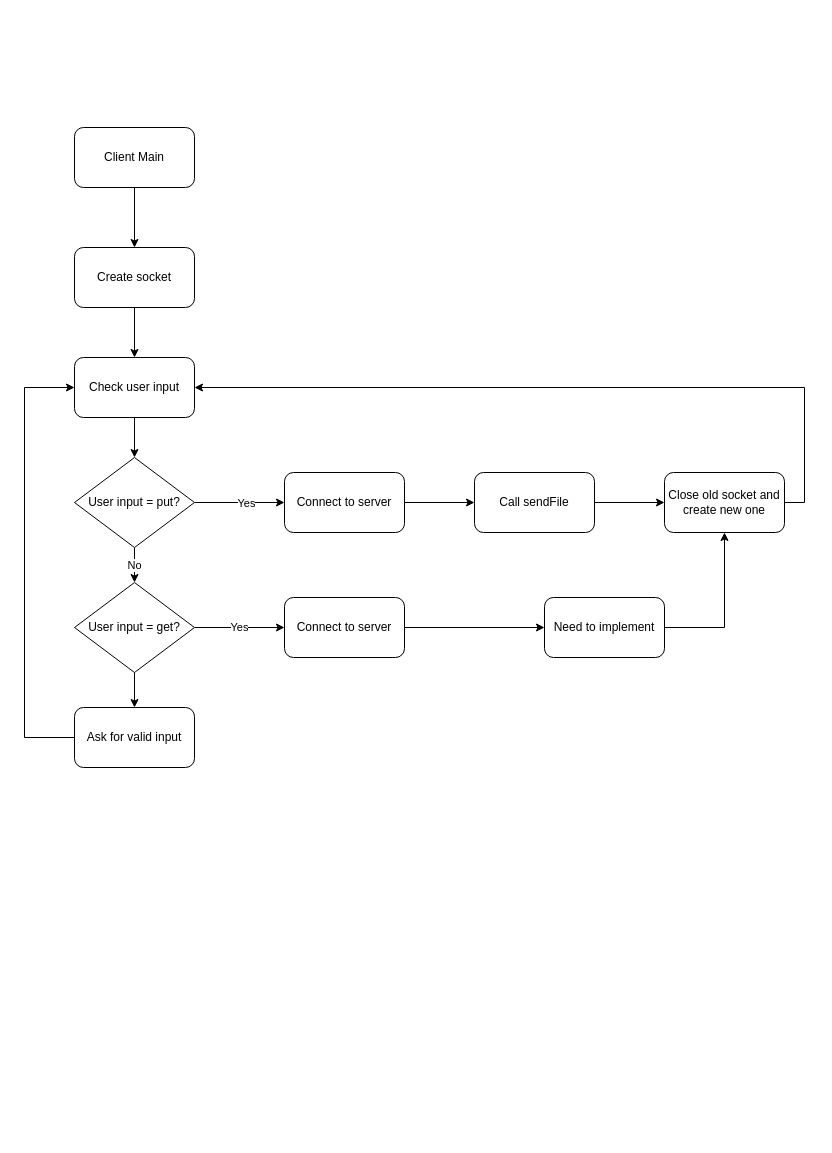
Joedahms/ECE463-Project keeps this draw.io diagram as C_Version/Flowcharts/client-main.drawio. Above is the earlier version. Source tidied: cells renumbered, new cells numbered last; positions are measured from the earlier drawing's top-left corner, leaving out a move shared by most shapes. Both pictures are drawn from the tidied source at 100%, with x=0, y=0 at pixel (24, 127).
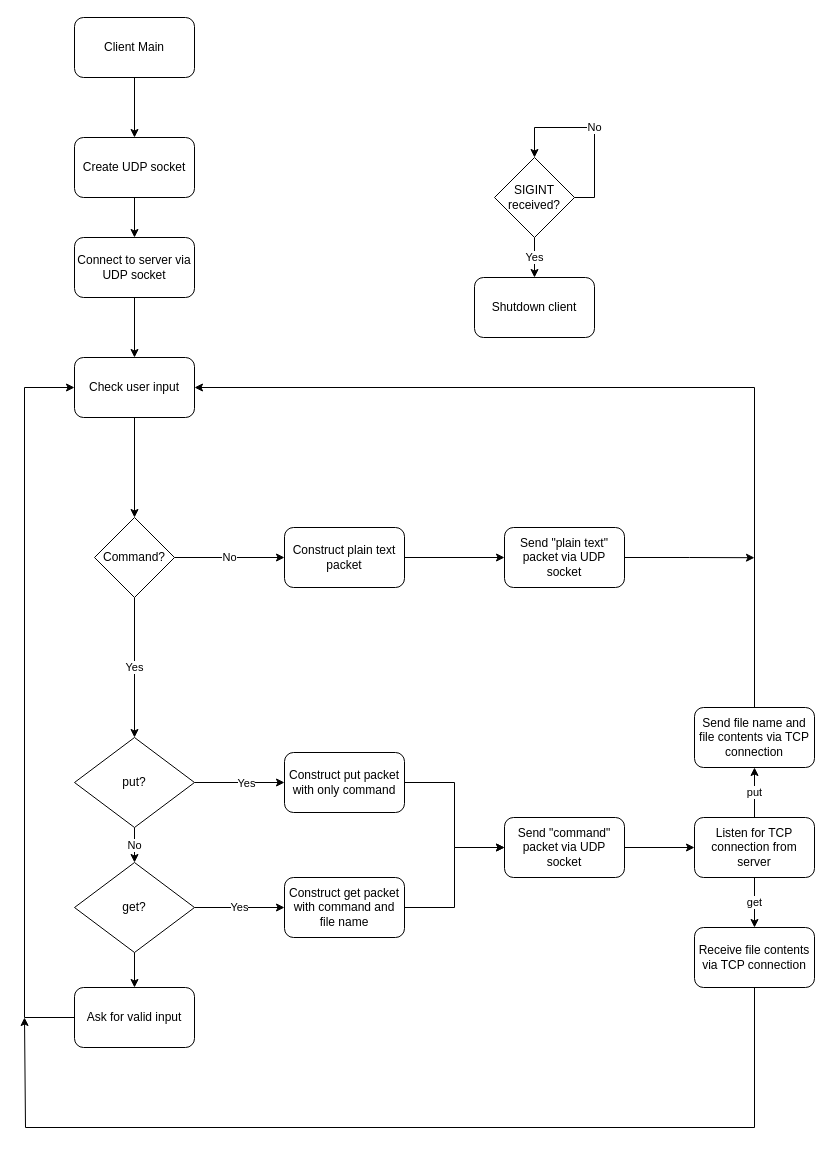
The same page after the edit.

Commit message (it also covers changes not shown here):
updated client diagram

The change refers to these unchanged cells:
```xml
<mxCell id="7" value="Check user input" style="rounded=1;whiteSpace=wrap;html=1;" parent="1" vertex="1">
  <mxGeometry x="50" y="230" width="120" height="60" as="geometry" />
</mxCell>
```

The edit, as a diff of the source:
```diff
@@
     <mxCell id="3" value="Client Main" style="rounded=1;whiteSpace=wrap;html=1;" parent="1" vertex="1">
-      <mxGeometry x="50" width="120" height="60" as="geometry" />
+      <mxGeometry x="50" y="-110" width="120" height="60" as="geometry" />
     </mxCell>
-    <mxCell id="4" style="edgeStyle=orthogonalEdgeStyle;rounded=0;jettySize=auto;html=1;exitX=0.5;exitY=1;exitDx=0;exitDy=0;entryX=0.5;entryY=0;entryDx=0;entryDy=0;" parent="1" edge="1" source="5" target="7">
-      <mxGeometry relative="1" as="geometry" />
-    </mxCell>
+    <mxCell id="27" style="edgeStyle=orthogonalEdgeStyle;rounded=0;jettySize=auto;html=1;exitX=0.5;exitY=1;exitDx=0;exitDy=0;entryX=0.5;entryY=0;entryDx=0;entryDy=0;" parent="1" edge="1" source="5" target="33">
+      <mxGeometry relative="1" as="geometry" />
+    </mxCell>
-    <mxCell id="5" value="Create socket" style="rounded=1;whiteSpace=wrap;html=1;" parent="1" vertex="1">
-      <mxGeometry x="50" y="120" width="120" height="60" as="geometry" />
+    <mxCell id="5" value="Create UDP socket" style="rounded=1;whiteSpace=wrap;html=1;" parent="1" vertex="1">
+      <mxGeometry x="50" y="10" width="120" height="60" as="geometry" />
     </mxCell>
-    <mxCell id="6" style="edgeStyle=orthogonalEdgeStyle;rounded=0;jettySize=auto;html=1;exitX=0.5;exitY=1;exitDx=0;exitDy=0;entryX=0.5;entryY=0;entryDx=0;entryDy=0;" parent="1" edge="1" source="7" target="11">
-      <mxGeometry relative="1" as="geometry" />
-    </mxCell>
+    <mxCell id="28" style="edgeStyle=orthogonalEdgeStyle;rounded=0;jettySize=auto;html=1;exitX=0.5;exitY=1;exitDx=0;exitDy=0;entryX=0.5;entryY=0;entryDx=0;entryDy=0;" parent="1" edge="1" source="7" target="31">
+      <mxGeometry relative="1" as="geometry" />
+    </mxCell>
@@
-    <mxCell id="8" style="edgeStyle=orthogonalEdgeStyle;rounded=0;jettySize=auto;html=1;exitX=1;exitY=0.5;exitDx=0;exitDy=0;entryX=0;entryY=0.5;entryDx=0;entryDy=0;" parent="1" edge="1" source="11" target="16">
+    <mxCell id="8" style="edgeStyle=orthogonalEdgeStyle;rounded=0;jettySize=auto;html=1;exitX=1;exitY=0.5;exitDx=0;exitDy=0;entryX=0;entryY=0.5;entryDx=0;entryDy=0;" parent="1" edge="1" source="11" target="35">
       <mxGeometry relative="1" as="geometry" />
     </mxCell>
@@
-    <mxCell id="11" value="User input = put?" style="rhombus;whiteSpace=wrap;html=1;" parent="1" vertex="1">
-      <mxGeometry x="50" y="330" width="120" height="90" as="geometry" />
+    <mxCell id="11" value="put?" style="rhombus;whiteSpace=wrap;html=1;" parent="1" vertex="1">
+      <mxGeometry x="50" y="610" width="120" height="90" as="geometry" />
     </mxCell>
-    <mxCell id="12" value="Yes" style="edgeStyle=orthogonalEdgeStyle;rounded=0;jettySize=auto;html=1;exitX=1;exitY=0.5;exitDx=0;exitDy=0;entryX=0;entryY=0.5;entryDx=0;entryDy=0;" parent="1" edge="1" source="14" target="18">
+    <mxCell id="12" value="Yes" style="edgeStyle=orthogonalEdgeStyle;rounded=0;jettySize=auto;html=1;exitX=1;exitY=0.5;exitDx=0;exitDy=0;entryX=0;entryY=0.5;entryDx=0;entryDy=0;" parent="1" edge="1" source="14" target="37">
       <mxGeometry relative="1" as="geometry" />
     </mxCell>
@@
-    <mxCell id="14" value="User input = get?" style="rhombus;whiteSpace=wrap;html=1;" parent="1" vertex="1">
-      <mxGeometry x="50" y="455" width="120" height="90" as="geometry" />
+    <mxCell id="14" value="get?" style="rhombus;whiteSpace=wrap;html=1;" parent="1" vertex="1">
+      <mxGeometry x="50" y="735" width="120" height="90" as="geometry" />
     </mxCell>
-    <mxCell id="15" style="edgeStyle=orthogonalEdgeStyle;rounded=0;jettySize=auto;html=1;exitX=1;exitY=0.5;exitDx=0;exitDy=0;entryX=0;entryY=0.5;entryDx=0;entryDy=0;" parent="1" edge="1" source="16" target="22">
-      <mxGeometry relative="1" as="geometry" />
-    </mxCell>
-    <mxCell id="16" value="Connect to server" style="rounded=1;whiteSpace=wrap;html=1;" parent="1" vertex="1">
-      <mxGeometry x="260" y="345" width="120" height="60" as="geometry" />
-    </mxCell>
-    <mxCell id="17" style="edgeStyle=orthogonalEdgeStyle;rounded=0;jettySize=auto;html=1;exitX=1;exitY=0.5;exitDx=0;exitDy=0;entryX=0;entryY=0.5;entryDx=0;entryDy=0;" parent="1" edge="1" source="18" target="26">
-      <mxGeometry relative="1" as="geometry" />
-    </mxCell>
-    <mxCell id="18" value="Connect to server" style="rounded=1;whiteSpace=wrap;html=1;" parent="1" vertex="1">
-      <mxGeometry x="260" y="470" width="120" height="60" as="geometry" />
-    </mxCell>
     <mxCell id="19" style="edgeStyle=orthogonalEdgeStyle;rounded=0;jettySize=auto;html=1;exitX=0;exitY=0.5;exitDx=0;exitDy=0;entryX=0;entryY=0.5;entryDx=0;entryDy=0;" parent="1" edge="1" source="20" target="7">
       <mxGeometry relative="1" as="geometry">
         <Array as="points">
-          <mxPoint y="610" />
+          <mxPoint y="890" />
           <mxPoint y="260" />
         </Array>
       </mxGeometry>
     </mxCell>
     <mxCell id="20" value="Ask for valid input" style="rounded=1;whiteSpace=wrap;html=1;" parent="1" vertex="1">
-      <mxGeometry x="50" y="580" width="120" height="60" as="geometry" />
+      <mxGeometry x="50" y="860" width="120" height="60" as="geometry" />
     </mxCell>
-    <mxCell id="21" style="edgeStyle=orthogonalEdgeStyle;rounded=0;jettySize=auto;html=1;exitX=1;exitY=0.5;exitDx=0;exitDy=0;entryX=0;entryY=0.5;entryDx=0;entryDy=0;" parent="1" edge="1" source="22" target="24">
-      <mxGeometry relative="1" as="geometry" />
-    </mxCell>
-    <mxCell id="22" value="&lt;div&gt;Call sendFile&lt;br&gt;&lt;/div&gt;" style="rounded=1;whiteSpace=wrap;html=1;" parent="1" vertex="1">
-      <mxGeometry x="450" y="345" width="120" height="60" as="geometry" />
-    </mxCell>
-    <mxCell id="23" style="edgeStyle=orthogonalEdgeStyle;rounded=0;jettySize=auto;html=1;exitX=1;exitY=0.5;exitDx=0;exitDy=0;entryX=1;entryY=0.5;entryDx=0;entryDy=0;" parent="1" edge="1" source="24" target="7">
-      <mxGeometry relative="1" as="geometry" />
-    </mxCell>
-    <mxCell id="24" value="Close old socket and create new one" style="rounded=1;whiteSpace=wrap;html=1;" parent="1" vertex="1">
-      <mxGeometry x="640" y="345" width="120" height="60" as="geometry" />
-    </mxCell>
-    <mxCell id="25" style="edgeStyle=orthogonalEdgeStyle;rounded=0;jettySize=auto;html=1;exitX=1;exitY=0.5;exitDx=0;exitDy=0;entryX=0.5;entryY=1;entryDx=0;entryDy=0;" parent="1" edge="1" source="26" target="24">
-      <mxGeometry relative="1" as="geometry" />
-    </mxCell>
-    <mxCell id="26" value="Need to implement" style="rounded=1;whiteSpace=wrap;html=1;" parent="1" vertex="1">
-      <mxGeometry x="520" y="470" width="120" height="60" as="geometry" />
-    </mxCell>
+    <mxCell id="29" value="Yes" style="edgeStyle=orthogonalEdgeStyle;rounded=0;jettySize=auto;html=1;exitX=0.5;exitY=1;exitDx=0;exitDy=0;entryX=0.5;entryY=0;entryDx=0;entryDy=0;" parent="1" edge="1" source="31" target="11">
+      <mxGeometry relative="1" as="geometry" />
+    </mxCell>
+    <mxCell id="30" value="No" style="edgeStyle=orthogonalEdgeStyle;rounded=0;jettySize=auto;html=1;exitX=1;exitY=0.5;exitDx=0;exitDy=0;entryX=0;entryY=0.5;entryDx=0;entryDy=0;" parent="1" edge="1" source="31" target="48">
+      <mxGeometry relative="1" as="geometry" />
+    </mxCell>
+    <mxCell id="31" value="Command?" style="rhombus;whiteSpace=wrap;html=1;" parent="1" vertex="1">
+      <mxGeometry x="70" y="390" width="80" height="80" as="geometry" />
+    </mxCell>
+    <mxCell id="32" style="edgeStyle=orthogonalEdgeStyle;rounded=0;jettySize=auto;html=1;exitX=0.5;exitY=1;exitDx=0;exitDy=0;entryX=0.5;entryY=0;entryDx=0;entryDy=0;" parent="1" edge="1" source="33" target="7">
+      <mxGeometry relative="1" as="geometry" />
+    </mxCell>
+    <mxCell id="33" value="Connect to server via UDP socket" style="rounded=1;whiteSpace=wrap;html=1;" parent="1" vertex="1">
+      <mxGeometry x="50" y="110" width="120" height="60" as="geometry" />
+    </mxCell>
+    <mxCell id="34" style="edgeStyle=orthogonalEdgeStyle;rounded=0;jettySize=auto;html=1;exitX=1;exitY=0.5;exitDx=0;exitDy=0;entryX=0;entryY=0.5;entryDx=0;entryDy=0;" parent="1" edge="1" source="35" target="42">
+      <mxGeometry relative="1" as="geometry" />
+    </mxCell>
+    <mxCell id="35" value="Construct put packet with only command" style="rounded=1;whiteSpace=wrap;html=1;" parent="1" vertex="1">
+      <mxGeometry x="260" y="625" width="120" height="60" as="geometry" />
+    </mxCell>
+    <mxCell id="36" style="edgeStyle=orthogonalEdgeStyle;rounded=0;jettySize=auto;html=1;exitX=1;exitY=0.5;exitDx=0;exitDy=0;entryX=0;entryY=0.5;entryDx=0;entryDy=0;" parent="1" edge="1" source="37" target="42">
+      <mxGeometry relative="1" as="geometry" />
+    </mxCell>
+    <mxCell id="37" value="Construct get packet with command and file name" style="rounded=1;whiteSpace=wrap;html=1;" parent="1" vertex="1">
+      <mxGeometry x="260" y="750" width="120" height="60" as="geometry" />
+    </mxCell>
+    <mxCell id="38" value="get" style="edgeStyle=orthogonalEdgeStyle;rounded=0;jettySize=auto;html=1;exitX=0.5;exitY=1;exitDx=0;exitDy=0;entryX=0.5;entryY=0;entryDx=0;entryDy=0;" parent="1" edge="1" source="40" target="46">
+      <mxGeometry relative="1" as="geometry" />
+    </mxCell>
+    <mxCell id="39" value="put" style="edgeStyle=orthogonalEdgeStyle;rounded=0;jettySize=auto;html=1;exitX=0.5;exitY=0;exitDx=0;exitDy=0;entryX=0.5;entryY=1;entryDx=0;entryDy=0;" parent="1" edge="1" source="40" target="44">
+      <mxGeometry relative="1" as="geometry" />
+    </mxCell>
+    <mxCell id="40" value="Listen for TCP connection from server" style="rounded=1;whiteSpace=wrap;html=1;" parent="1" vertex="1">
+      <mxGeometry x="670" y="690" width="120" height="60" as="geometry" />
+    </mxCell>
+    <mxCell id="41" style="edgeStyle=orthogonalEdgeStyle;rounded=0;jettySize=auto;html=1;exitX=1;exitY=0.5;exitDx=0;exitDy=0;entryX=0;entryY=0.5;entryDx=0;entryDy=0;" parent="1" edge="1" source="42" target="40">
+      <mxGeometry relative="1" as="geometry" />
+    </mxCell>
+    <mxCell id="42" value="Send &quot;command&quot; packet via UDP socket" style="rounded=1;whiteSpace=wrap;html=1;" parent="1" vertex="1">
+      <mxGeometry x="480" y="690" width="120" height="60" as="geometry" />
+    </mxCell>
+    <mxCell id="43" style="edgeStyle=orthogonalEdgeStyle;rounded=0;jettySize=auto;html=1;exitX=0.5;exitY=0;exitDx=0;exitDy=0;entryX=1;entryY=0.5;entryDx=0;entryDy=0;" parent="1" edge="1" source="44" target="7">
+      <mxGeometry relative="1" as="geometry" />
+    </mxCell>
+    <mxCell id="44" value="Send file name and file contents via TCP connection" style="rounded=1;whiteSpace=wrap;html=1;" parent="1" vertex="1">
+      <mxGeometry x="670" y="580" width="120" height="60" as="geometry" />
+    </mxCell>
+    <mxCell id="45" style="edgeStyle=orthogonalEdgeStyle;rounded=0;jettySize=auto;html=1;exitX=0.5;exitY=1;exitDx=0;exitDy=0;" parent="1" edge="1" source="46">
+      <mxGeometry relative="1" as="geometry">
+        <mxPoint y="890" as="targetPoint" />
+        <Array as="points">
+          <mxPoint x="730" y="1000" />
+          <mxPoint x="1" y="1000" />
+        </Array>
+      </mxGeometry>
+    </mxCell>
+    <mxCell id="46" value="Receive file contents via TCP connection" style="rounded=1;whiteSpace=wrap;html=1;" parent="1" vertex="1">
+      <mxGeometry x="670" y="800" width="120" height="60" as="geometry" />
+    </mxCell>
+    <mxCell id="47" style="edgeStyle=orthogonalEdgeStyle;rounded=0;jettySize=auto;html=1;exitX=1;exitY=0.5;exitDx=0;exitDy=0;entryX=0;entryY=0.5;entryDx=0;entryDy=0;" parent="1" edge="1" source="48" target="50">
+      <mxGeometry relative="1" as="geometry" />
+    </mxCell>
+    <mxCell id="48" value="Construct plain text packet" style="rounded=1;whiteSpace=wrap;html=1;" parent="1" vertex="1">
+      <mxGeometry x="260" y="400" width="120" height="60" as="geometry" />
+    </mxCell>
+    <mxCell id="49" style="edgeStyle=orthogonalEdgeStyle;rounded=0;jettySize=auto;html=1;exitX=1;exitY=0.5;exitDx=0;exitDy=0;" parent="1" edge="1" source="50">
+      <mxGeometry relative="1" as="geometry">
+        <mxPoint x="730" y="430.2" as="targetPoint" />
+      </mxGeometry>
+    </mxCell>
+    <mxCell id="50" value="Send &quot;plain text&quot; packet via UDP socket" style="rounded=1;whiteSpace=wrap;html=1;" parent="1" vertex="1">
+      <mxGeometry x="480" y="400" width="120" height="60" as="geometry" />
+    </mxCell>
+    <mxCell id="51" value="Yes" style="edgeStyle=orthogonalEdgeStyle;rounded=0;jettySize=auto;html=1;exitX=0.5;exitY=1;exitDx=0;exitDy=0;entryX=0.5;entryY=0;entryDx=0;entryDy=0;" parent="1" edge="1" source="52" target="54">
+      <mxGeometry relative="1" as="geometry" />
+    </mxCell>
+    <mxCell id="52" value="SIGINT received?" style="rhombus;whiteSpace=wrap;html=1;" parent="1" vertex="1">
+      <mxGeometry x="470" y="30" width="80" height="80" as="geometry" />
+    </mxCell>
+    <mxCell id="53" value="No" style="edgeStyle=orthogonalEdgeStyle;rounded=0;orthogonalLoop=1;jettySize=auto;html=1;exitX=1;exitY=0.5;exitDx=0;exitDy=0;entryX=0.5;entryY=0;entryDx=0;entryDy=0;" parent="1" edge="1" source="52" target="52">
+      <mxGeometry relative="1" as="geometry">
+        <Array as="points">
+          <mxPoint x="570" y="70" />
+          <mxPoint x="570" />
+          <mxPoint x="510" />
+        </Array>
+      </mxGeometry>
+    </mxCell>
+    <mxCell id="54" value="Shutdown client" style="rounded=1;whiteSpace=wrap;html=1;" parent="1" vertex="1">
+      <mxGeometry x="450" y="150" width="120" height="60" as="geometry" />
+    </mxCell>
```
